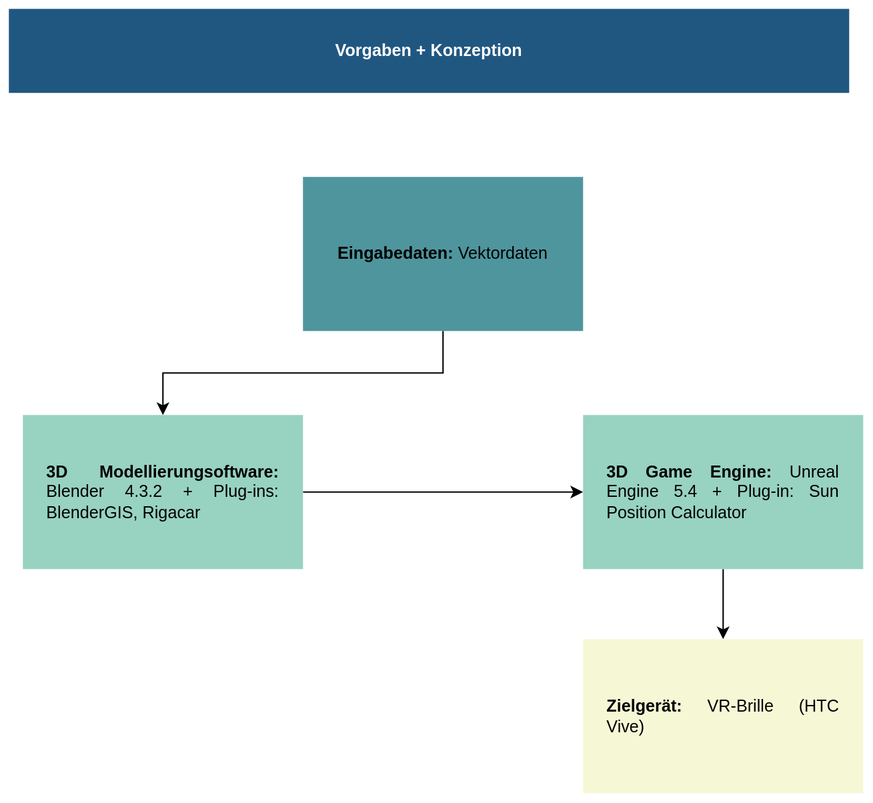
jp-hecht/3DVIS keeps this draw.io diagram as assets/images/JPH/workflow_3d_con.drawio.svg. Above is the earlier version. Source tidied: cells renumbered, new cells last; positions are measured from the earlier drawing's top-left corner, leaving out a move shared by most shapes.
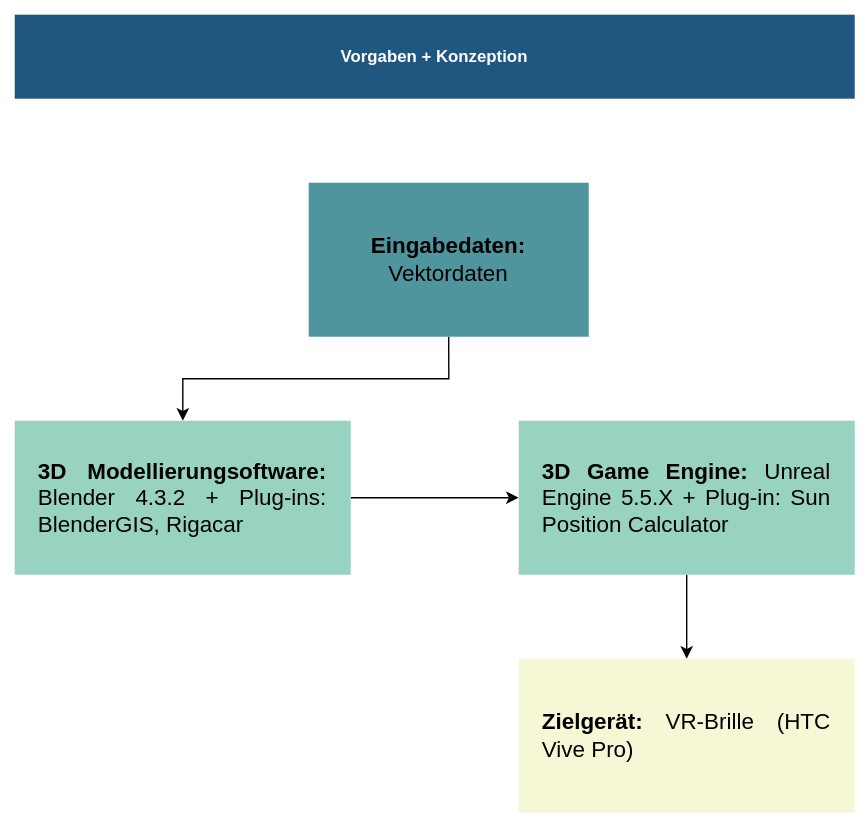
The same diagram one commit later.

The edit, as a diff of the source:
```diff
@@ -8,23 +8,23 @@
     <mxCell id="3" style="edgeStyle=orthogonalEdgeStyle;rounded=0;jettySize=auto;html=1;exitX=0.5;exitY=1;exitDx=0;exitDy=0;" parent="1" edge="1" source="4" target="6">
       <mxGeometry relative="1" as="geometry" />
     </mxCell>
-    <mxCell id="4" value="&lt;div style=&quot;text-align: justify;&quot;&gt;&lt;b style=&quot;background-color: initial;&quot;&gt;Eingabedaten: &lt;/b&gt;&lt;span style=&quot;background-color: initial;&quot;&gt;Vektordaten&lt;/span&gt;&lt;span style=&quot;background-color: initial;&quot;&gt;&lt;br&gt;&lt;/span&gt;&lt;/div&gt;" style="rounded=0;whiteSpace=wrap;html=1;strokeColor=none;fillColor=#4F959D;" parent="1" vertex="1">
+    <mxCell id="4" value="&lt;div style=&quot;&quot;&gt;&lt;b style=&quot;background-color: initial;&quot;&gt;Eingabedaten: &lt;/b&gt;&lt;span style=&quot;background-color: initial;&quot;&gt;Vektordaten&lt;/span&gt;&lt;span style=&quot;background-color: initial;&quot;&gt;&lt;br&gt;&lt;/span&gt;&lt;/div&gt;" style="rounded=0;whiteSpace=wrap;html=1;strokeColor=none;fillColor=#4F959D;fontFamily=Helvetica;fontSize=16;align=center;" parent="1" vertex="1">
       <mxGeometry x="210" y="120" width="200" height="110" as="geometry" />
     </mxCell>
     <mxCell id="5" style="edgeStyle=orthogonalEdgeStyle;rounded=0;jettySize=auto;html=1;exitX=1;exitY=0.5;exitDx=0;exitDy=0;entryX=0;entryY=0.5;entryDx=0;entryDy=0;" parent="1" edge="1" source="6" target="8">
       <mxGeometry relative="1" as="geometry" />
     </mxCell>
-    <mxCell id="6" value="&lt;div style=&quot;text-align: justify;&quot;&gt;&lt;span style=&quot;background-color: initial;&quot;&gt;&lt;b&gt;3D Modellierungsoftware: &lt;/b&gt;Blender&amp;nbsp;&lt;/span&gt;&lt;span style=&quot;background-color: initial; text-align: center;&quot;&gt;4.3.2&lt;/span&gt;&lt;span style=&quot;background-color: initial;&quot;&gt;&amp;nbsp;+ Plug-ins: BlenderGIS, Rigacar&lt;/span&gt;&lt;/div&gt;" style="rounded=0;whiteSpace=wrap;html=1;strokeColor=none;fillColor=#98D2C0;spacingLeft=16;spacingRight=16;" parent="1" vertex="1">
-      <mxGeometry x="10" y="290" width="200" height="110" as="geometry" />
+    <mxCell id="6" value="&lt;div style=&quot;text-align: justify;&quot;&gt;&lt;span style=&quot;background-color: initial;&quot;&gt;&lt;b&gt;3D Modellierungsoftware: &lt;/b&gt;Blender&amp;nbsp;&lt;/span&gt;&lt;span style=&quot;background-color: initial; text-align: center;&quot;&gt;4.3.2&lt;/span&gt;&lt;span style=&quot;background-color: initial;&quot;&gt;&amp;nbsp;+ Plug-ins: BlenderGIS, Rigacar&lt;/span&gt;&lt;/div&gt;" style="rounded=0;whiteSpace=wrap;html=1;strokeColor=none;fillColor=#98D2C0;spacingLeft=16;spacingRight=16;fontFamily=Helvetica;fontSize=16;" parent="1" vertex="1">
+      <mxGeometry y="290" width="240" height="110" as="geometry" />
     </mxCell>
     <mxCell id="7" style="edgeStyle=orthogonalEdgeStyle;rounded=0;jettySize=auto;html=1;exitX=0.5;exitY=1;exitDx=0;exitDy=0;entryX=0.5;entryY=0;entryDx=0;entryDy=0;" parent="1" edge="1" source="8" target="9">
       <mxGeometry relative="1" as="geometry" />
     </mxCell>
-    <mxCell id="8" value="&lt;div style=&quot;text-align: justify;&quot;&gt;&lt;span style=&quot;background-color: initial;&quot;&gt;&lt;b&gt;3D Game Engine: &lt;/b&gt;Unreal Engine 5.4 + Plug-in: Sun Position Calculator&lt;/span&gt;&lt;/div&gt;" style="rounded=0;whiteSpace=wrap;html=1;strokeColor=none;fillColor=#98D2C0;spacingRight=16;spacingLeft=16;" parent="1" vertex="1">
-      <mxGeometry x="410" y="290" width="200" height="110" as="geometry" />
+    <mxCell id="8" value="&lt;div style=&quot;text-align: justify;&quot;&gt;&lt;span style=&quot;background-color: initial;&quot;&gt;&lt;b&gt;3D Game Engine: &lt;/b&gt;Unreal Engine 5.5.X + Plug-in: Sun Position Calculator&lt;/span&gt;&lt;/div&gt;" style="rounded=0;whiteSpace=wrap;html=1;strokeColor=none;fillColor=#98D2C0;spacingRight=16;spacingLeft=16;fontFamily=Helvetica;fontSize=16;" parent="1" vertex="1">
+      <mxGeometry x="360" y="290" width="240" height="110" as="geometry" />
     </mxCell>
-    <mxCell id="9" value="&lt;div style=&quot;text-align: justify;&quot;&gt;&lt;span style=&quot;background-color: initial;&quot;&gt;&lt;b&gt;Zielgerät: &lt;/b&gt;VR-Brille (HTC Vive)&lt;/span&gt;&lt;/div&gt;" style="rounded=0;whiteSpace=wrap;html=1;strokeColor=none;fillColor=#F6F8D5;spacingLeft=16;spacingRight=16;" parent="1" vertex="1">
-      <mxGeometry x="410" y="450" width="200" height="110" as="geometry" />
+    <mxCell id="9" value="&lt;div style=&quot;text-align: justify;&quot;&gt;&lt;span style=&quot;background-color: initial;&quot;&gt;&lt;b&gt;Zielgerät: &lt;/b&gt;VR-Brille (HTC Vive Pro)&lt;/span&gt;&lt;/div&gt;" style="rounded=0;whiteSpace=wrap;html=1;strokeColor=none;fillColor=#F6F8D5;spacingLeft=16;spacingRight=16;fontFamily=Helvetica;fontSize=16;" parent="1" vertex="1">
+      <mxGeometry x="360" y="460" width="240" height="110" as="geometry" />
     </mxCell>
   </root>
 </mxGraphModel>
```
